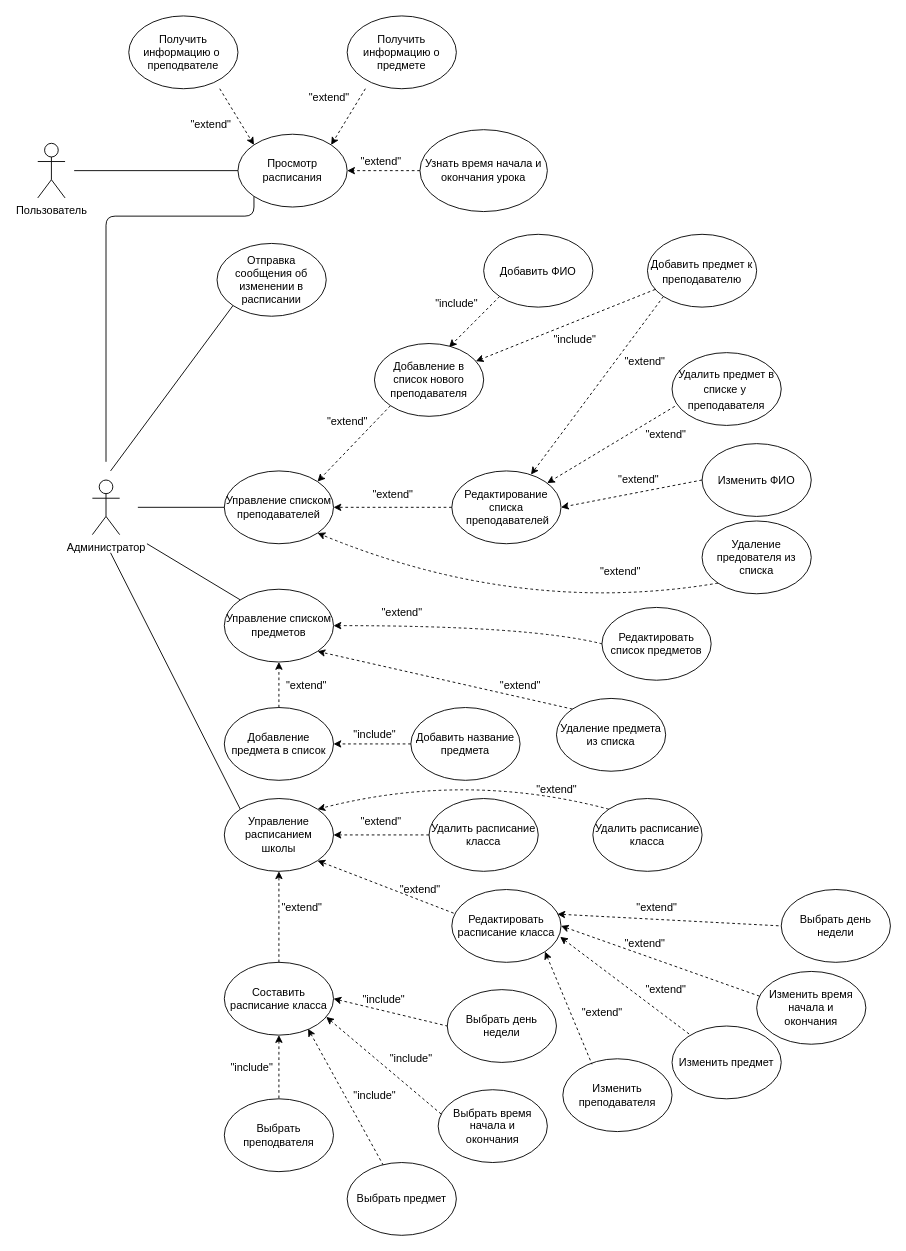
The draw.io diagram диаграмма_вариантов_использования.drawio in D-Black-N/TRPS, before the edit. Source tidied: cells renumbered, new cells numbered last; positions are measured from the earlier drawing's top-left corner, leaving out a move shared by most shapes. Both pictures are drawn from the tidied source at 91%, with x=0, y=0 at pixel (37, 15).
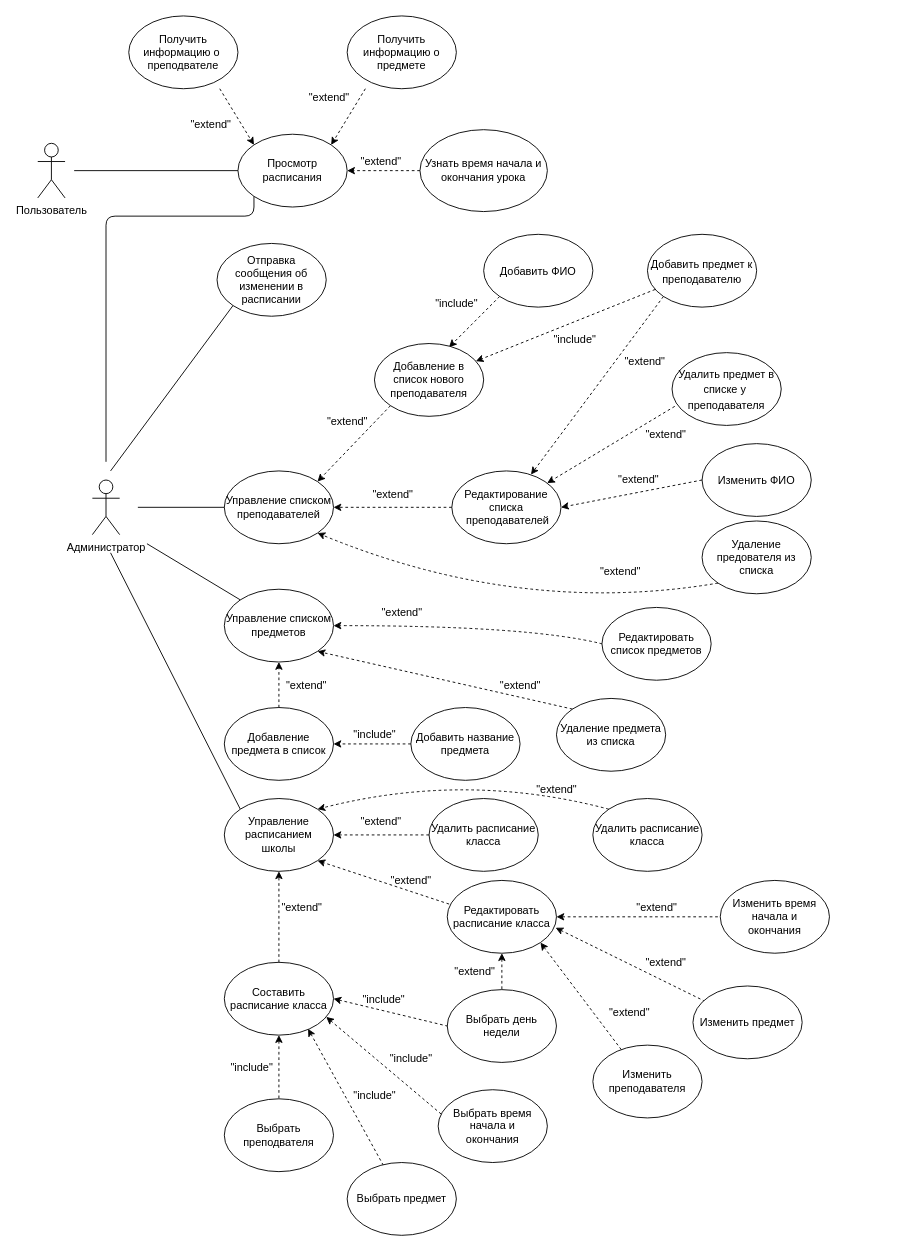
The same page after the edit.

The change refers to these unchanged cells:
```xml
<mxCell id="63" value="Выбрать день недели" style="ellipse;whiteSpace=wrap;html=1;strokeWidth=1;" parent="1" vertex="1">
  <mxGeometry x="450" y="1070" width="120" height="80" as="geometry" />
</mxCell>
```

Diff of the diagram source:
```diff
@@
     <mxCell id="75" value="Редактировать расписание класса" style="ellipse;whiteSpace=wrap;html=1;strokeWidth=1;" parent="1" vertex="1">
-      <mxGeometry x="455" y="960" width="120" height="80" as="geometry" />
+      <mxGeometry x="450" y="950" width="120" height="80" as="geometry" />
     </mxCell>
@@
     <mxCell id="77" value="&quot;extend&quot;" style="text;html=1;align=center;verticalAlign=middle;strokeColor=none;fillColor=none;" parent="1" vertex="1">
-      <mxGeometry x="390" y="950" width="60" height="20" as="geometry" />
+      <mxGeometry x="380" y="940" width="60" height="20" as="geometry" />
     </mxCell>
@@
     <mxCell id="81" value="Изменить время начала и &lt;br&gt;окончания" style="ellipse;whiteSpace=wrap;html=1;strokeWidth=1;" parent="1" vertex="1">
-      <mxGeometry x="790" y="1050" width="120" height="80" as="geometry" />
+      <mxGeometry x="750" y="950" width="120" height="80" as="geometry" />
     </mxCell>
     <mxCell id="82" value="Изменить преподавателя" style="ellipse;whiteSpace=wrap;html=1;strokeWidth=1;" parent="1" vertex="1">
-      <mxGeometry x="577" y="1146" width="120" height="80" as="geometry" />
+      <mxGeometry x="610" y="1131" width="120" height="80" as="geometry" />
     </mxCell>
     <mxCell id="83" value="Изменить предмет" style="ellipse;whiteSpace=wrap;html=1;strokeWidth=1;" parent="1" vertex="1">
-      <mxGeometry x="697" y="1110" width="120" height="80" as="geometry" />
+      <mxGeometry x="720" y="1066" width="120" height="80" as="geometry" />
     </mxCell>
-    <mxCell id="84" value="Выбрать день недели" style="ellipse;whiteSpace=wrap;html=1;strokeWidth=1;" parent="1" vertex="1">
-      <mxGeometry x="817" y="960" width="120" height="80" as="geometry" />
-    </mxCell>
-    <mxCell id="85" style="endArrow=none;dashed=1;html=1;strokeWidth=1;rounded=0;endFill=0;startArrow=classic;startFill=1;entryX=0;entryY=0.5;entryDx=0;entryDy=0;exitX=0.967;exitY=0.338;exitDx=0;exitDy=0;exitPerimeter=0;" parent="1" edge="1" source="75" target="84">
+    <mxCell id="85" style="endArrow=none;dashed=1;html=1;strokeWidth=1;rounded=0;endFill=0;startArrow=classic;startFill=1;entryX=0.5;entryY=0;entryDx=0;entryDy=0;exitX=0.5;exitY=1;exitDx=0;exitDy=0;" parent="1" edge="1" source="75" target="63">
       <mxGeometry relative="1" as="geometry" />
     </mxCell>
@@
-    <mxCell id="87" style="endArrow=none;dashed=1;html=1;strokeWidth=1;rounded=0;endFill=0;startArrow=classic;startFill=1;entryX=0.036;entryY=0.345;entryDx=0;entryDy=0;exitX=1;exitY=0.5;exitDx=0;exitDy=0;entryPerimeter=0;" parent="1" edge="1" source="75" target="81">
+    <mxCell id="87" style="endArrow=none;dashed=1;html=1;strokeWidth=1;rounded=0;endFill=0;startArrow=classic;startFill=1;entryX=0;entryY=0.5;entryDx=0;entryDy=0;exitX=1;exitY=0.5;exitDx=0;exitDy=0;" parent="1" edge="1" source="75" target="81">
       <mxGeometry relative="1" as="geometry" />
     </mxCell>
@@
     <mxCell id="89" value="&quot;extend&quot;" style="text;html=1;align=center;verticalAlign=middle;strokeColor=none;fillColor=none;" parent="1" vertex="1">
-      <mxGeometry x="650" y="970" width="60" height="20" as="geometry" />
+      <mxGeometry x="450" y="1040" width="60" height="20" as="geometry" />
     </mxCell>
     <mxCell id="90" value="&quot;extend&quot;" style="text;html=1;align=center;verticalAlign=middle;strokeColor=none;fillColor=none;" parent="1" vertex="1">
-      <mxGeometry x="637" y="1010" width="60" height="20" as="geometry" />
+      <mxGeometry x="650" y="970" width="60" height="20" as="geometry" />
     </mxCell>
     <mxCell id="91" value="&quot;extend&quot;" style="text;html=1;align=center;verticalAlign=middle;strokeColor=none;fillColor=none;" parent="1" vertex="1">
-      <mxGeometry x="660" y="1060" width="60" height="20" as="geometry" />
+      <mxGeometry x="660" y="1030" width="60" height="20" as="geometry" />
     </mxCell>
     <mxCell id="92" value="&quot;extend&quot;" style="text;html=1;align=center;verticalAlign=middle;strokeColor=none;fillColor=none;" parent="1" vertex="1">
-      <mxGeometry x="590" y="1085" width="60" height="20" as="geometry" />
+      <mxGeometry x="620" y="1085" width="60" height="20" as="geometry" />
     </mxCell>
```
